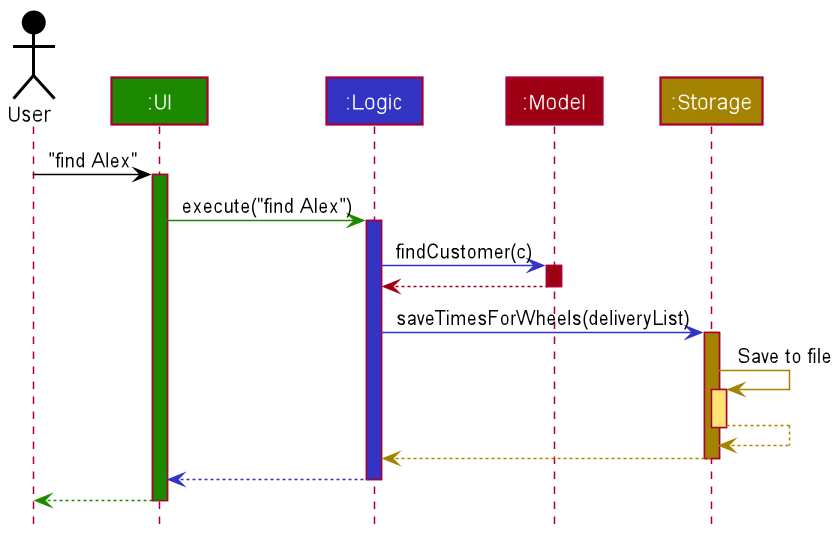
Before: docs/images/FindCommandSequenceDiagram.png, a diagram exported from PlantUML (nus-cs2103-AY2021S2/tp).
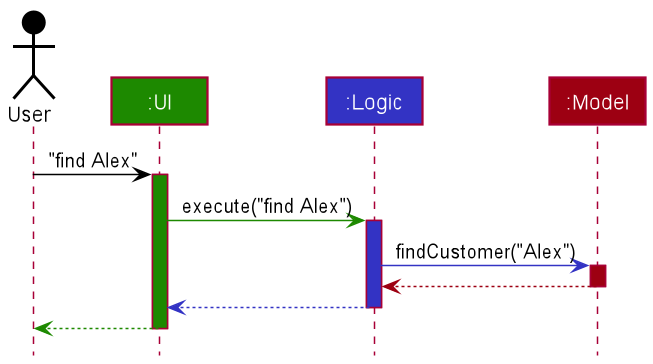
Later version of the same file.

Diff of the diagram source:
```diff
@@ -5,7 +5,7 @@
 Participant ":UI" as ui UI_COLOR
 Participant ":Logic" as logic LOGIC_COLOR
 Participant ":Model" as model MODEL_COLOR
-Participant ":Storage" as storage STORAGE_COLOR
+
 
 user -[USER_COLOR]> ui : "find Alex"
 activate ui UI_COLOR
@@ -13,22 +13,11 @@
 ui -[UI_COLOR]> logic : execute("find Alex")
 activate logic LOGIC_COLOR
 
-logic -[LOGIC_COLOR]> model : findCustomer(c)
+logic -[LOGIC_COLOR]> model : findCustomer("Alex")
 activate model MODEL_COLOR
 
 model -[MODEL_COLOR]-> logic
 deactivate model
-
-logic -[LOGIC_COLOR]> storage : saveTimesForWheels(deliveryList)
-activate storage STORAGE_COLOR
-
-storage -[STORAGE_COLOR]> storage : Save to file
-activate storage STORAGE_COLOR_T1
-storage --[STORAGE_COLOR]> storage
-deactivate storage
-
-storage --[STORAGE_COLOR]> logic
-deactivate storage
 
 logic --[LOGIC_COLOR]> ui
 deactivate logic
```
